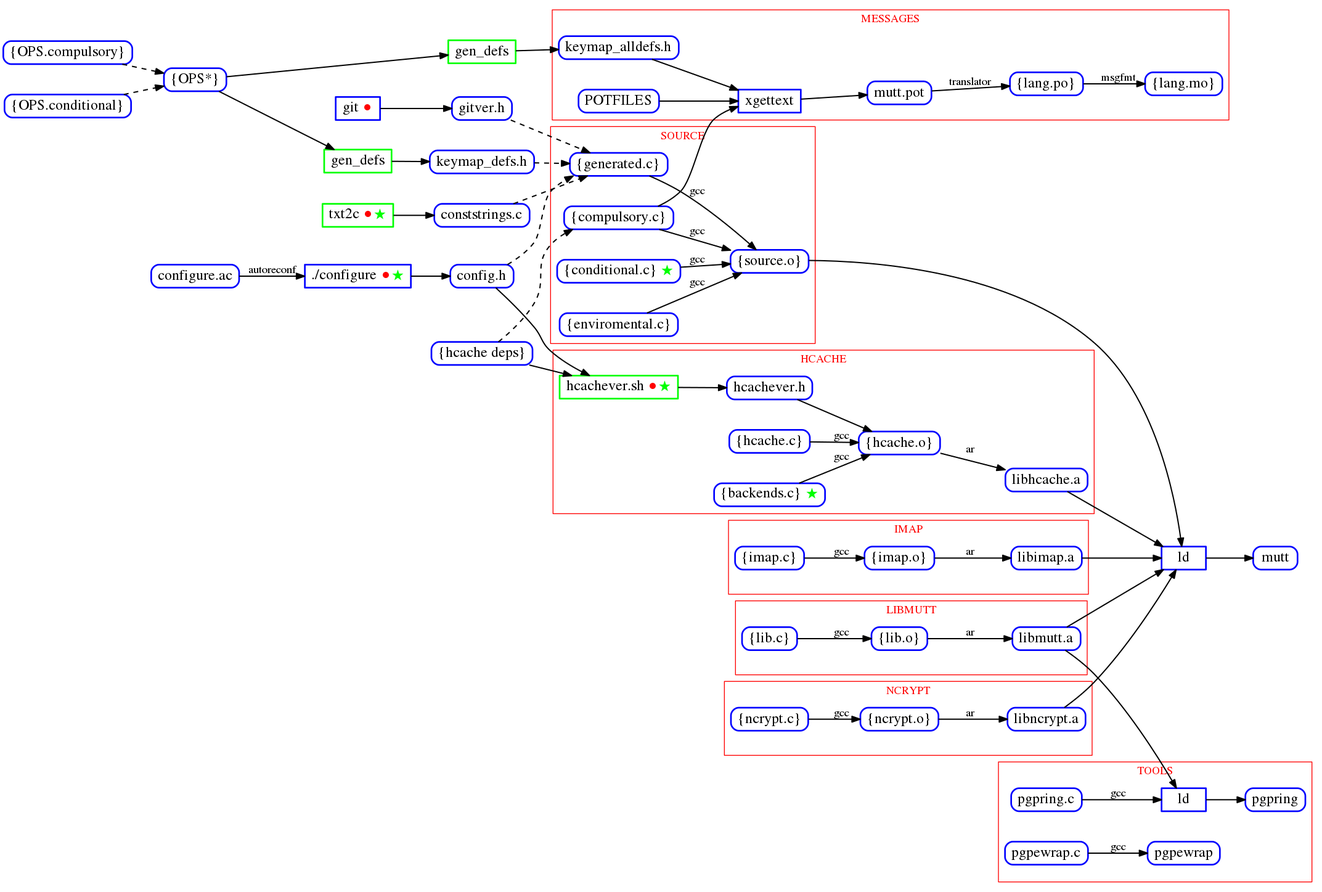
Before: images/make-code.png, a diagram exported from Graphviz (neomutt/neomutt.github.io). Its source is kept beside it as _dev/make-code.gv. Its diagram source:
```dot
digraph build {
	graph [
		rankdir="LR"
		nodesep="0.5"
		ranksep="0.3"
	];

	node [
		shape="Mrecord"
		style="solid"
		height="0.2"
		penwidth="2.0"
		color="blue"
		fontcolor="black"
		fontsize="18"
	];

	edge [
		penwidth="1.5"
		color="#000000"
		arrowsize="1.0"
	];


	comp_ops         [ label="\{OPS.compulsory\}"  ]
	cond_ops         [ label="\{OPS.conditional\}" ]
	configure_ac     [ label="configure.ac"        ]
	config_h         [ label="config.h"            ]
	conststrings_c   [ label="conststrings.c"      ]
	gitver_h         [ label="gitver.h"            ]
	keymap_defs_h    [ label="keymap_defs.h"       ]
	mutt_h           [ label="\{hcache deps\}"     ]
	ops              [ label="\{OPS*\}"            ]

	dot_configure [ label=<./configure <font color="red">●</font><font color="green">★</font>> shape="box" ]
	ld_tool       [ label="ld" shape="box" ]
	gen_alldefs   [ label="gen_defs" color="green" shape="box" ]
	gen_defs      [ label="gen_defs" color="green" shape="box" ]
	git           [ label=<git <font color="red">●</font>> shape="box" ]
	ld_mutt       [ label="ld" shape="box" ]
	txt2c         [ label=<txt2c <font color="red">●</font><font color="green">★</font>> color="green" shape="box" ]

	lots_obj -> ld_mutt
	ld_mutt -> mutt

	dot_configure -> config_h
	config_h -> generated [ style="dashed" ]

	git -> gitver_h
	gitver_h -> generated [ style="dashed" ]

	txt2c -> conststrings_c
	conststrings_c -> generated [ style="dashed" ]

	config_h -> hcachever_sh
	mutt_h -> hcachever_sh
	mutt_h -> compulsory [ style="dashed" ]

	ops -> gen_defs
	gen_defs -> keymap_defs_h
	ops -> gen_alldefs
	gen_alldefs -> keymap_alldefs_h
	keymap_defs_h -> generated [ style="dashed" ]

	cond_ops -> ops [ style="dashed" ]
	comp_ops -> ops [ style="dashed" ]

	subgraph cluster_imap {
		fontcolor="red"
		label="IMAP"
		color="#ff0000"

		lots_imap_c [ label="\{imap.c\}" ]
		lots_imap_o [ label="\{imap.o\}" ]
		imap_a      [ label="libimap.a"  ]

		lots_imap_c -> lots_imap_o [ label="gcc" ]
		lots_imap_o -> imap_a [ label="ar" ]
	}

	subgraph cluster_ncrypt {
		fontcolor="red"
		label="NCRYPT"
		color="#ff0000"

		lots_ncrypt_c [ label="\{ncrypt.c\}" ]
		lots_ncrypt_o [ label="\{ncrypt.o\}" ]
		ncrypt_a      [ label="libncrypt.a"  ]

		lots_ncrypt_c -> lots_ncrypt_o [ label="gcc" ]
		lots_ncrypt_o -> ncrypt_a [ label="ar" ]
	}

	subgraph cluster_hcache {
		fontcolor="red"
		label="HCACHE"
		color="#ff0000"

		lots_hcache_c [ label="\{hcache.c\}"                                                                                  ]
		lots_hcache_o [ label="\{hcache.o\}"                                                                                  ]
		backends_c    [ label=<\{backends.c\} <font color="green">★</font>>                                                   ]
		hcachever_h   [ label="hcachever.h"                                                                                   ]
		hcachever_sh  [ label=<hcachever.sh <font color="red">●</font><font color="green">★</font>> color="green" shape="box" ]
		hcache_a      [ label="libhcache.a"                                                                                   ]

		hcachever_sh  -> hcachever_h
		hcachever_h   -> lots_hcache_o
		backends_c    -> lots_hcache_o [ label="gcc" ]
		lots_hcache_c -> lots_hcache_o [ label="gcc" ]
		lots_hcache_o -> hcache_a      [ label="ar"  ]
	}

	subgraph cluster_source {
		fontcolor="red"
		label="SOURCE"
		color="#ff0000"

		compulsory   [ label="\{compulsory.c\}"                               ]
		conditional  [ label=<\{conditional.c\} <font color="green">★</font>> ]
		enviromental [ label="\{enviromental.c\}"                             ]
		generated    [ label="\{generated.c\}"                                ]
		lots_obj     [ label="\{source.o\}"                                   ]

		compulsory   -> lots_obj [ label="gcc" ]
		conditional  -> lots_obj [ label="gcc" ]
		enviromental -> lots_obj [ label="gcc" ]
		generated    -> lots_obj [ label="gcc" ]
	}

	subgraph cluster_messages {
		fontcolor="red"
		label="MESSAGES"
		color="#ff0000"

		keymap_alldefs_h [ label="keymap_alldefs.h"     ]
		lots_mo          [ label="\{lang.mo\}"          ]
		lots_po          [ label="\{lang.po\}"          ]
		mutt_pot         [ label="mutt.pot"             ]
		xgettext         [ label="xgettext" shape="box" ]

		keymap_alldefs_h -> xgettext
		POTFILES         -> xgettext
		compulsory       -> xgettext
		xgettext         -> mutt_pot
		mutt_pot         -> lots_po [ label="translator" ]
		lots_po          -> lots_mo [ label="msgfmt" ]
	}

	subgraph cluster_libmutt {
		fontcolor="red"
		label="LIBMUTT"
		color="#ff0000"

		lots_lib_c [ label="\{lib.c\}" ]
		lots_lib_o [ label="\{lib.o\}" ]
		mutt_a     [ label="libmutt.a" ]

		lots_lib_c -> lots_lib_o [ label="gcc" ]
		lots_lib_o -> mutt_a [ label="ar" ]
	}

	subgraph cluster_tools {
		fontcolor="red"
		label="TOOLS"
		color="#ff0000"

		pgpewrap_src [ label="pgpewrap.c" ]
		pgpring_src  [ label="pgpring.c"  ]

		pgpewrap_src -> pgpewrap [ label="gcc" ]
		mutt_a       -> ld_tool
		pgpring_src  -> ld_tool [ label="gcc" ]
		ld_tool      -> pgpring
	}

	hcache_a -> ld_mutt
	imap_a -> ld_mutt
	mutt_a -> ld_mutt
	ncrypt_a -> ld_mutt

	configure_ac -> dot_configure [ label="autoreconf" ]
}
```
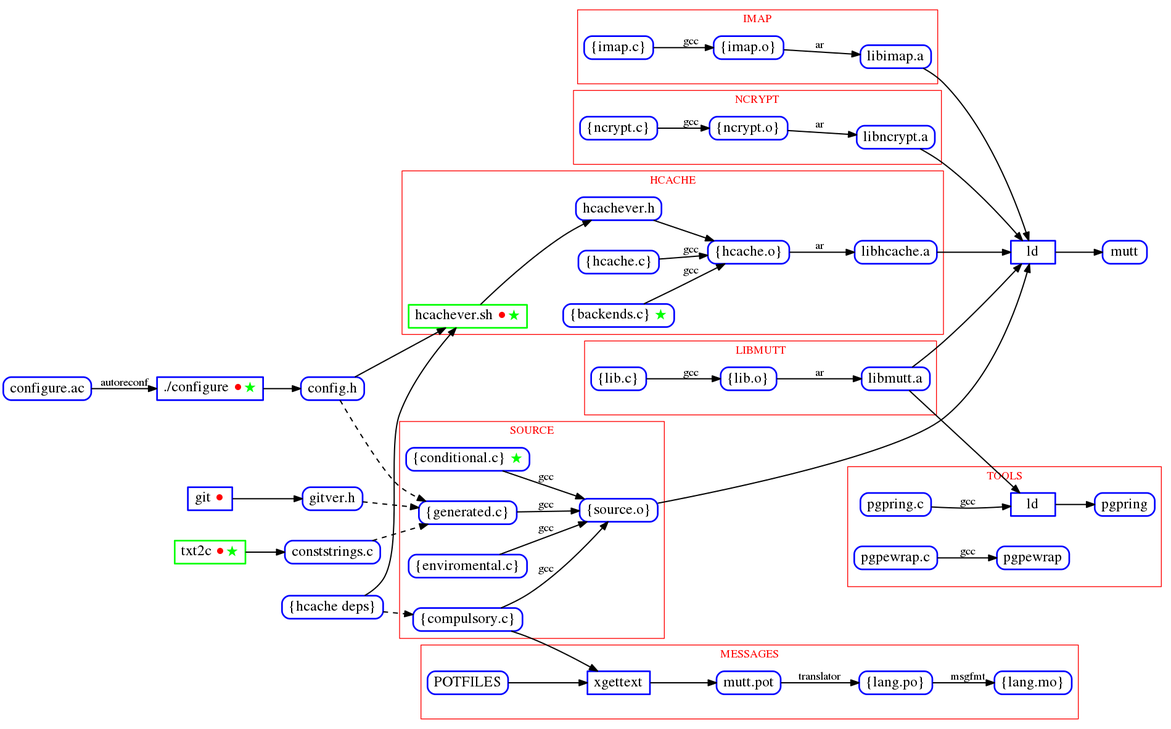
After the commit.

Commit message:
drop OPS from make diagrams

What changed in the source:
```diff
@@ -22,20 +22,14 @@
 	];
 
 
-	comp_ops         [ label="\{OPS.compulsory\}"  ]
-	cond_ops         [ label="\{OPS.conditional\}" ]
 	configure_ac     [ label="configure.ac"        ]
 	config_h         [ label="config.h"            ]
 	conststrings_c   [ label="conststrings.c"      ]
 	gitver_h         [ label="gitver.h"            ]
-	keymap_defs_h    [ label="keymap_defs.h"       ]
 	mutt_h           [ label="\{hcache deps\}"     ]
-	ops              [ label="\{OPS*\}"            ]
 
 	dot_configure [ label=<./configure <font color="red">●</font><font color="green">★</font>> shape="box" ]
 	ld_tool       [ label="ld" shape="box" ]
-	gen_alldefs   [ label="gen_defs" color="green" shape="box" ]
-	gen_defs      [ label="gen_defs" color="green" shape="box" ]
 	git           [ label=<git <font color="red">●</font>> shape="box" ]
 	ld_mutt       [ label="ld" shape="box" ]
 	txt2c         [ label=<txt2c <font color="red">●</font><font color="green">★</font>> color="green" shape="box" ]
@@ -55,15 +49,6 @@
 	config_h -> hcachever_sh
 	mutt_h -> hcachever_sh
 	mutt_h -> compulsory [ style="dashed" ]
-
-	ops -> gen_defs
-	gen_defs -> keymap_defs_h
-	ops -> gen_alldefs
-	gen_alldefs -> keymap_alldefs_h
-	keymap_defs_h -> generated [ style="dashed" ]
-
-	cond_ops -> ops [ style="dashed" ]
-	comp_ops -> ops [ style="dashed" ]
 
 	subgraph cluster_imap {
 		fontcolor="red"
@@ -132,13 +117,11 @@
 		label="MESSAGES"
 		color="#ff0000"
 
-		keymap_alldefs_h [ label="keymap_alldefs.h"     ]
 		lots_mo          [ label="\{lang.mo\}"          ]
 		lots_po          [ label="\{lang.po\}"          ]
 		mutt_pot         [ label="mutt.pot"             ]
 		xgettext         [ label="xgettext" shape="box" ]
 
-		keymap_alldefs_h -> xgettext
 		POTFILES         -> xgettext
 		compulsory       -> xgettext
 		xgettext         -> mutt_pot
```
